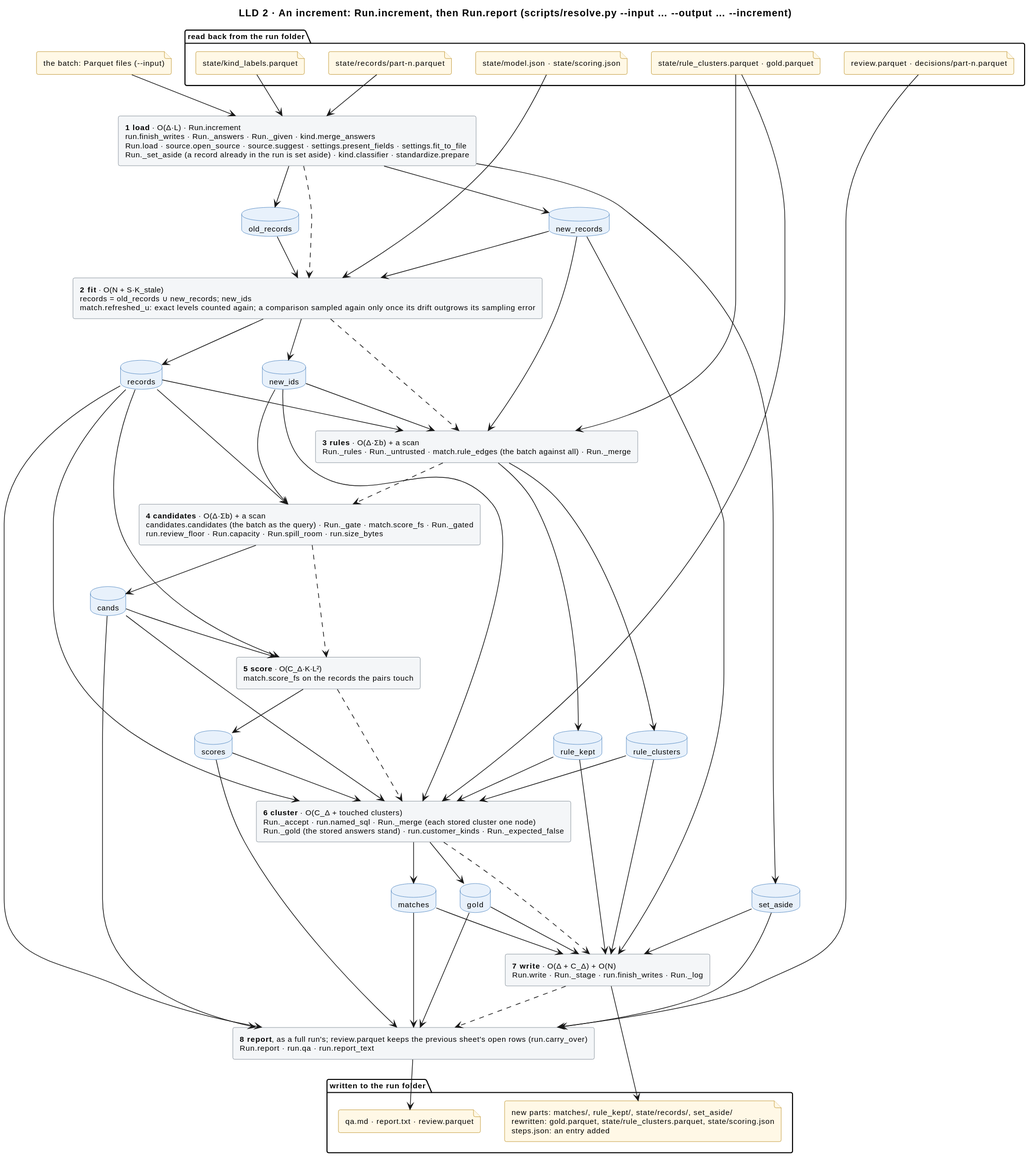
The PlantUML diagram docs/diagrams/increment.svg in mvsbm/entity_matching, before a commit. Its diagram source:
```plantuml
@startuml
title LLD 2 · An increment: Run.increment, then Run.report (scripts/resolve.py ~--input … ~--output … ~--increment)
skinparam defaultFontSize 11
skinparam rectangle {
  BackgroundColor #F4F6F8
  BorderColor #65717E
}
skinparam database {
  BackgroundColor #E8F1FB
  BorderColor #2C6DB3
}
skinparam file {
  BackgroundColor #FFF8E6
  BorderColor #B07D00
}

package "read back from the run folder" {
  file "state/model.json · state/scoring.json" as f_model
  file "state/records/part-n.parquet" as f_records
  file "state/rule_clusters.parquet · gold.parquet" as f_clusters
  file "state/kind_labels.parquet" as f_answers
  file "review.parquet · decisions/part-n.parquet" as f_sheet
}
file "the batch: Parquet files (~--input)" as f_batch

rectangle "<b>1 load</b> · O(Δ·L) · Run.increment\nrun.finish_writes · Run._answers · Run._given · kind.merge_answers\nRun.load · source.open_source · source.suggest · settings.present_fields · settings.fit_to_file\nRun._set_aside (a record already in the run is set aside) · kind.classifier · standardize.prepare" as load
rectangle "<b>2 fit</b> · O(N + S·K_stale)\nrecords = old_records ∪ new_records; new_ids\nmatch.refreshed_u: exact levels counted again; a comparison sampled again only once its drift outgrows its sampling error" as fit
rectangle "<b>3 rules</b> · O(Δ·Σb) + a scan\nRun._rules · Run._untrusted · match.rule_edges (the batch against all) · Run._merge" as rules
rectangle "<b>4 candidates</b> · O(Δ·Σb) + a scan\ncandidates.candidates (the batch as the query) · Run._gate · match.score_fs · Run._gated\nrun.review_floor · Run.capacity · Run.spill_room · run.size_bytes" as candidates
rectangle "<b>5 score</b> · O(C_Δ·K·L²)\nmatch.score_fs on the records the pairs touch" as score
rectangle "<b>6 cluster</b> · O(C_Δ + touched clusters)\nRun._accept · run.named_sql · Run._merge (each stored cluster one node)\nRun._gold (the stored answers stand) · run.customer_kinds · Run._expected_false" as cluster
rectangle "<b>7 write</b> · O(Δ + C_Δ) + O(N)\nRun.write · Run._stage · run.finish_writes · Run._log" as write
rectangle "<b>8 report</b>, as a full run's; review.parquet keeps the previous sheet's open rows (run.carry_over)\nRun.report · run.qa · run.report_text" as report

database "old_records" as old_records
database "new_records" as new_records
database "set_aside" as set_aside
database "records" as records
database "new_ids" as new_ids
database "rule_clusters" as rule_clusters
database "rule_kept" as rule_kept
database "cands" as cands
database "scores" as scores
database "matches" as matches
database "gold" as gold

package "written to the run folder" {
  file "new parts: matches/, rule_kept/, state/records/, set_aside/\nrewritten: gold.parquet, state/rule_clusters.parquet, state/scoring.json\nsteps.json: an entry added" as f_out
  file "qa.md · report.txt · review.parquet" as f_people
}

f_batch --> load
f_records --> load
f_answers --> load
f_model --> fit
f_clusters --> rules
f_clusters --> cluster
f_sheet --> report

load ..> fit
fit ..> rules
rules ..> candidates
candidates ..> score
score ..> cluster
cluster ..> write
write ..> report

load --> old_records
load --> new_records
load --> set_aside
old_records --> fit
new_records --> fit
fit --> records
fit --> new_ids
records --> rules
new_records --> rules
new_ids --> rules
rules --> rule_clusters
rules --> rule_kept
records --> candidates
new_ids --> candidates
candidates --> cands
records --> score
cands --> score
score --> scores
records --> cluster
new_ids --> cluster
rule_clusters --> cluster
rule_kept --> cluster
cands --> cluster
scores --> cluster
cluster --> matches
cluster --> gold
new_records --> write
rule_clusters --> write
rule_kept --> write
matches --> write
gold --> write
set_aside --> write
records --> report
cands --> report
scores --> report
matches --> report
gold --> report
set_aside --> report

write --> f_out
report --> f_people
@enduml
```
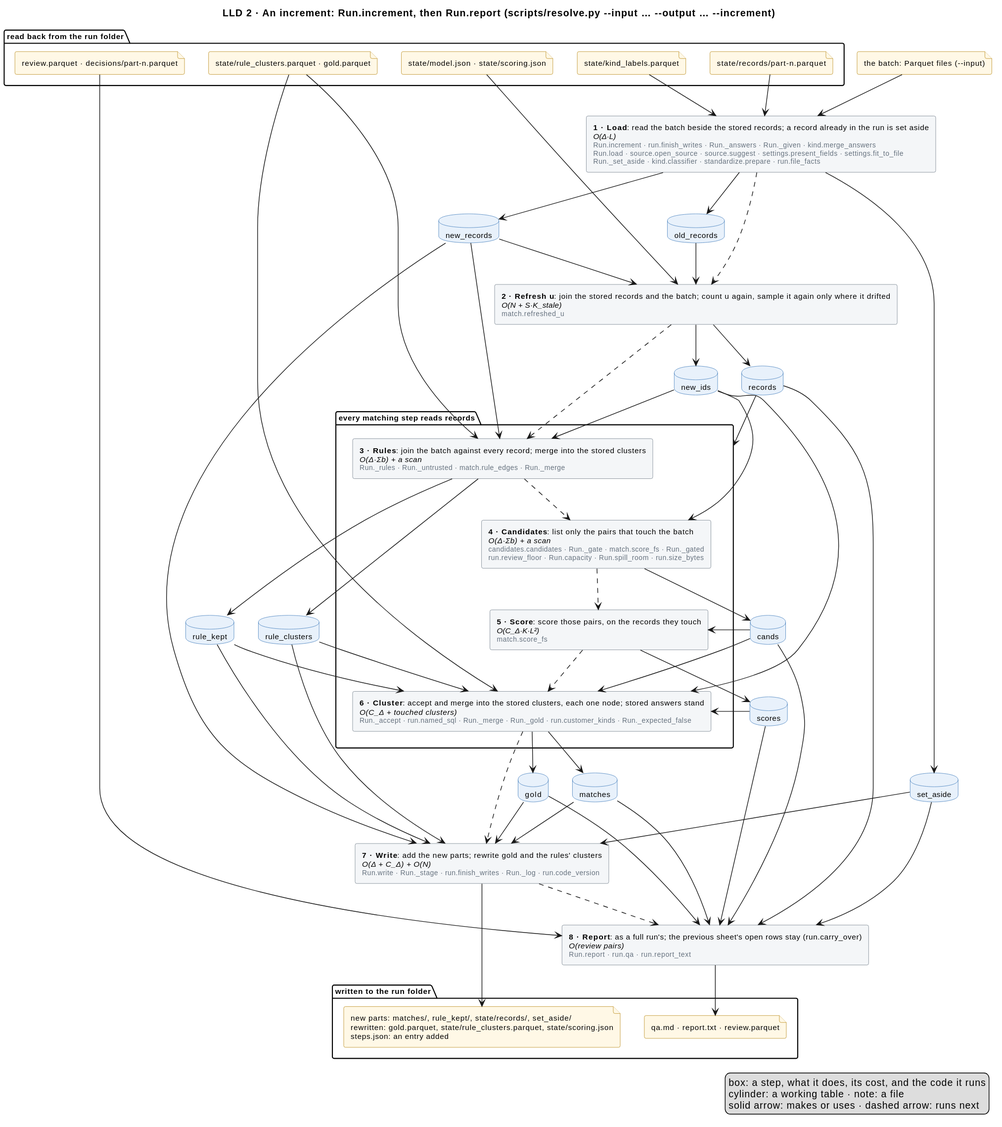
The same diagram one commit later.

The edit, as a diff of the source:
```diff
@@ -23,15 +23,17 @@
 }
 file "the batch: Parquet files (~--input)" as f_batch
 
-rectangle "<b>1 load</b> · O(Δ·L) · Run.increment\nrun.finish_writes · Run._answers · Run._given · kind.merge_answers\nRun.load · source.open_source · source.suggest · settings.present_fields · settings.fit_to_file\nRun._set_aside (a record already in the run is set aside) · kind.classifier · standardize.prepare" as load
-rectangle "<b>2 fit</b> · O(N + S·K_stale)\nrecords = old_records ∪ new_records; new_ids\nmatch.refreshed_u: exact levels counted again; a comparison sampled again only once its drift outgrows its sampling error" as fit
-rectangle "<b>3 rules</b> · O(Δ·Σb) + a scan\nRun._rules · Run._untrusted · match.rule_edges (the batch against all) · Run._merge" as rules
-rectangle "<b>4 candidates</b> · O(Δ·Σb) + a scan\ncandidates.candidates (the batch as the query) · Run._gate · match.score_fs · Run._gated\nrun.review_floor · Run.capacity · Run.spill_room · run.size_bytes" as candidates
-rectangle "<b>5 score</b> · O(C_Δ·K·L²)\nmatch.score_fs on the records the pairs touch" as score
-rectangle "<b>6 cluster</b> · O(C_Δ + touched clusters)\nRun._accept · run.named_sql · Run._merge (each stored cluster one node)\nRun._gold (the stored answers stand) · run.customer_kinds · Run._expected_false" as cluster
-rectangle "<b>7 write</b> · O(Δ + C_Δ) + O(N)\nRun.write · Run._stage · run.finish_writes · Run._log" as write
-rectangle "<b>8 report</b>, as a full run's; review.parquet keeps the previous sheet's open rows (run.carry_over)\nRun.report · run.qa · run.report_text" as report
 
+rectangle "<b>1 · Load</b>: read the batch beside the stored records; a record already in the run is set aside\n<i>O(Δ·L)</i>\n<size:10><color:#65717E>Run.increment · run.finish_writes · Run._answers · Run._given · kind.merge_answers</color></size>\n<size:10><color:#65717E>Run.load · source.open_source · source.suggest · settings.present_fields · settings.fit_to_file</color></size>\n<size:10><color:#65717E>Run._set_aside · kind.classifier · standardize.prepare · run.file_facts</color></size>" as load
+rectangle "<b>2 · Refresh u</b>: join the stored records and the batch; count u again, sample it again only where it drifted\n<i>O(N + S·K_stale)</i>\n<size:10><color:#65717E>match.refreshed_u</color></size>" as fit
+package "every matching step reads records" as matching {
+  rectangle "<b>3 · Rules</b>: join the batch against every record; merge into the stored clusters\n<i>O(Δ·Σb) + a scan</i>\n<size:10><color:#65717E>Run._rules · Run._untrusted · match.rule_edges · Run._merge</color></size>" as rules
+  rectangle "<b>4 · Candidates</b>: list only the pairs that touch the batch\n<i>O(Δ·Σb) + a scan</i>\n<size:10><color:#65717E>candidates.candidates · Run._gate · match.score_fs · Run._gated</color></size>\n<size:10><color:#65717E>run.review_floor · Run.capacity · Run.spill_room · run.size_bytes</color></size>" as candidates
+  rectangle "<b>5 · Score</b>: score those pairs, on the records they touch\n<i>O(C_Δ·K·L²)</i>\n<size:10><color:#65717E>match.score_fs</color></size>" as score
+  rectangle "<b>6 · Cluster</b>: accept and merge into the stored clusters, each one node; stored answers stand\n<i>O(C_Δ + touched clusters)</i>\n<size:10><color:#65717E>Run._accept · run.named_sql · Run._merge · Run._gold · run.customer_kinds · Run._expected_false</color></size>" as cluster
+}
+rectangle "<b>7 · Write</b>: add the new parts; rewrite gold and the rules' clusters\n<i>O(Δ + C_Δ) + O(N)</i>\n<size:10><color:#65717E>Run.write · Run._stage · run.finish_writes · Run._log · run.code_version</color></size>" as write
+rectangle "<b>8 · Report</b>: as a full run's; the previous sheet's open rows stay (run.carry_over)\n<i>O(review pairs)</i>\n<size:10><color:#65717E>Run.report · run.qa · run.report_text</color></size>" as report
 database "old_records" as old_records
 database "new_records" as new_records
 database "set_aside" as set_aside
@@ -72,18 +74,15 @@
 new_records --> fit
 fit --> records
 fit --> new_ids
-records --> rules
+records --> matching
 new_records --> rules
 new_ids --> rules
 rules --> rule_clusters
 rules --> rule_kept
-records --> candidates
 new_ids --> candidates
 candidates --> cands
-records --> score
 cands --> score
 score --> scores
-records --> cluster
 new_ids --> cluster
 rule_clusters --> cluster
 rule_kept --> cluster
@@ -106,4 +105,9 @@
 
 write --> f_out
 report --> f_people
+legend right
+  box: a step, what it does, its cost, and the code it runs
+  cylinder: a working table · note: a file
+  solid arrow: makes or uses · dashed arrow: runs next
+endlegend
 @enduml
```
